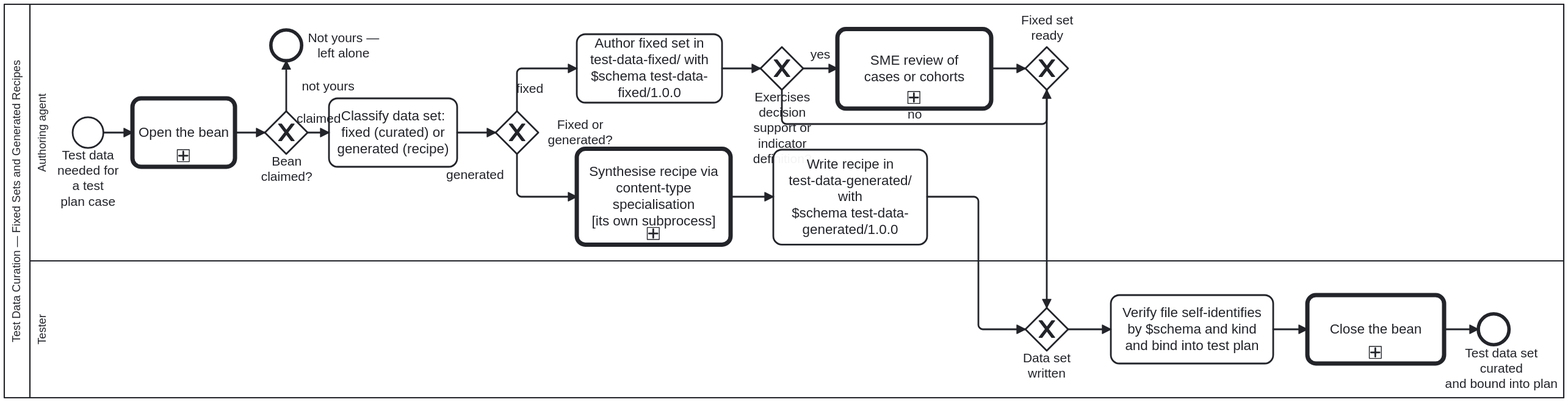
Earlier version of the BPMN export docs/assets/img/workflows/test-data-curation.svg (litlfred/cat-harness). Its source is kept beside it as processes/sdlc/test-data-curation.bpmn. Ids are renumbered.
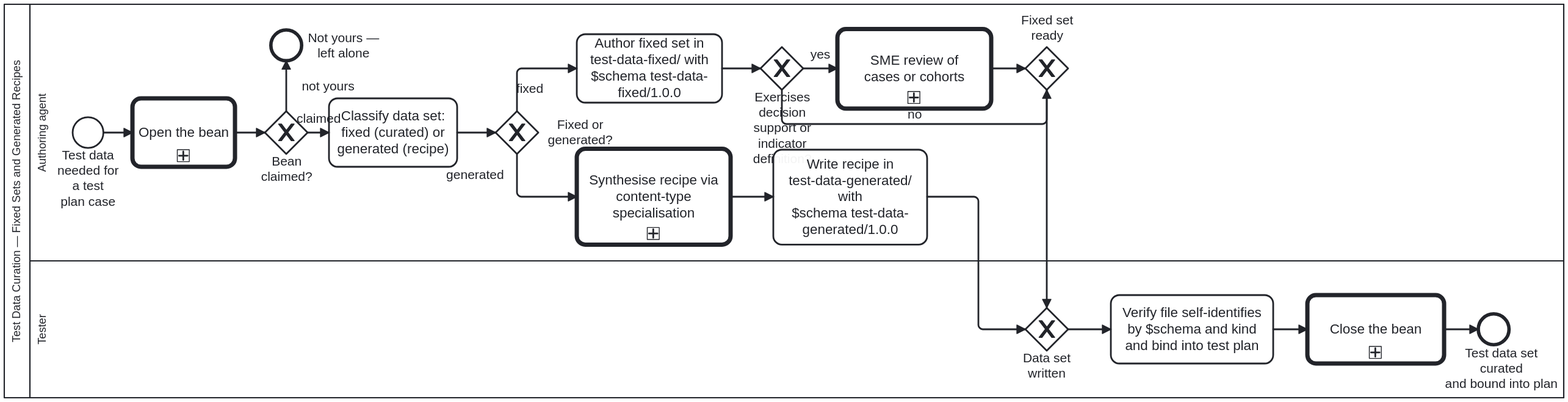
The same diagram one commit later.

Diff of the diagram source:
```diff
@@ -107,7 +107,7 @@
       <bpmn:outgoing>Flow_5</bpmn:outgoing>
     </bpmn:exclusiveGateway>
 
-    <bpmn:callActivity id="Call_ContentTypeSpecialisation" name="Synthesise recipe via&#10;content-type specialisation&#10;[its own subprocess]">
+    <bpmn:callActivity id="Call_ContentTypeSpecialisation" name="Synthesise recipe via&#10;content-type specialisation">
       <bpmn:documentation>BOUND BY THE CONTENT TYPE (`contentType` and `specialisation` in `schemas/sdlc/test-data.ts`), so no single content-type `calledElement` is hardcoded here: the activity names `test-data-sets`, and each content-type adapter supplies its own specialisation subprocess. `fhir-templating` (`FHIR_TEMPLATING_SPECIALISATION`) is one named specialisation for FHIR IG / DAK content (MeasureReport cohorts, questionnaire responses, bundle templates) — named as such, not the platform design; document folios (`markdown-fixture`), proof folios (`lean-counterexample`), and tabular cohorts (`tabular-cohort`) supply their own.</bpmn:documentation>
       <bpmn:extensionElements>
         <bootstrap.processes:skill ref="test-data-sets"/>
```
